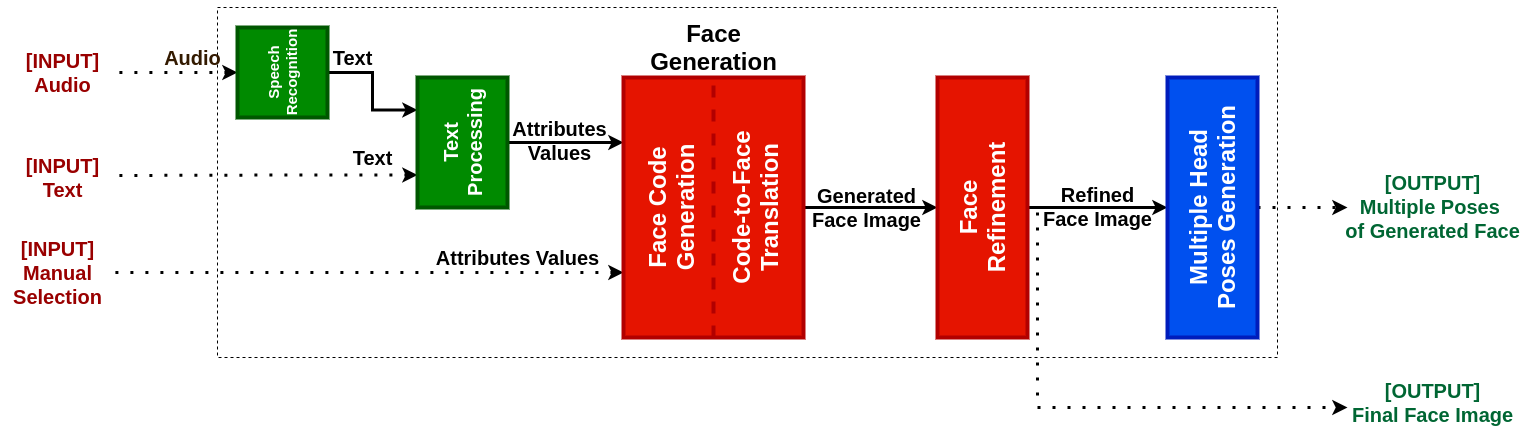
Earlier version of the draw.io export assets/system-design.png (DarkGeekMS/Retratista). Source tidied: cells renumbered, new cells last; positions are measured from the earlier drawing's top-left corner, leaving out a move shared by most shapes.
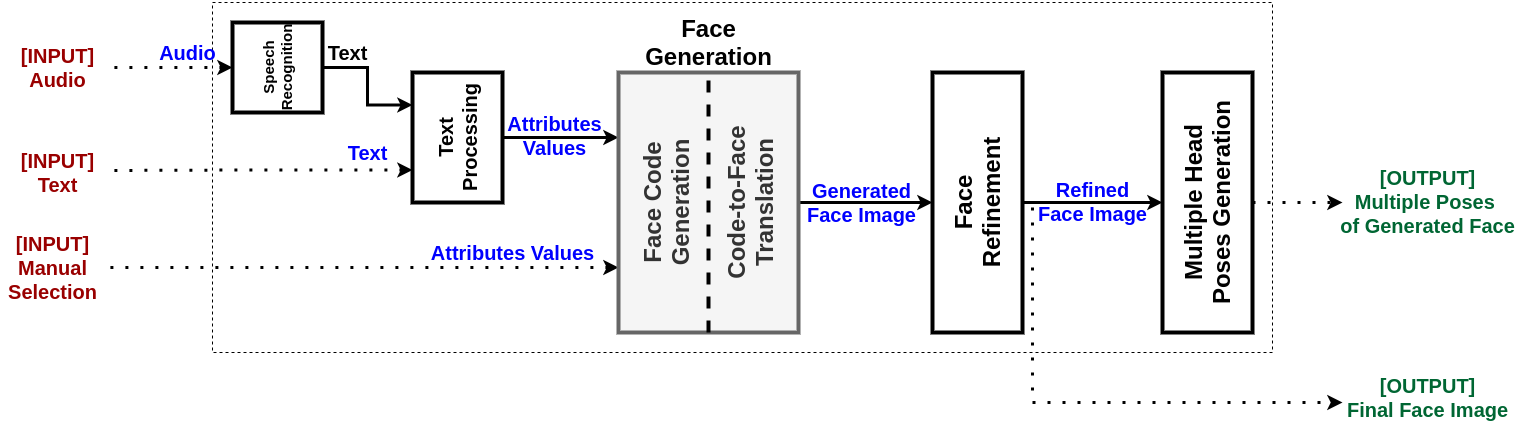
After the commit.

Diff of the diagram source:
```diff
@@ -13,7 +13,7 @@
         <mxPoint x="100" y="65" as="targetPoint" />
       </mxGeometry>
     </mxCell>
-    <mxCell id="5" value="&lt;font style=&quot;font-size: 15px;&quot;&gt;&lt;b style=&quot;font-size: 15px;&quot;&gt;Speech&lt;br style=&quot;font-size: 15px;&quot;&gt;Recognition&lt;/b&gt;&lt;/font&gt;" style="whiteSpace=wrap;html=1;strokeWidth=4;fillColor=#008a00;strokeColor=#005700;fontColor=#ffffff;horizontal=0;fontSize=15;" parent="1" vertex="1">
+    <mxCell id="5" value="&lt;font style=&quot;font-size: 15px;&quot;&gt;&lt;b style=&quot;font-size: 15px;&quot;&gt;Speech&lt;br style=&quot;font-size: 15px;&quot;&gt;Recognition&lt;/b&gt;&lt;/font&gt;" style="whiteSpace=wrap;html=1;strokeWidth=4;horizontal=0;fontSize=15;" parent="1" vertex="1">
       <mxGeometry x="230" y="20" width="90" height="90" as="geometry" />
     </mxCell>
     <mxCell id="6" style="edgeStyle=orthogonalEdgeStyle;rounded=0;jettySize=auto;html=1;exitX=1;exitY=0.5;exitDx=0;exitDy=0;entryX=0;entryY=0.25;entryDx=0;entryDy=0;strokeWidth=3;" parent="1" edge="1" source="8" target="29">
@@ -24,7 +24,7 @@
         <mxPoint x="100" y="168" as="targetPoint" />
       </mxGeometry>
     </mxCell>
-    <mxCell id="8" value="&lt;font style=&quot;font-size: 20px;&quot;&gt;&lt;b style=&quot;font-size: 20px;&quot;&gt;Text&lt;br style=&quot;font-size: 20px;&quot;&gt;Processing&lt;/b&gt;&lt;/font&gt;" style="rounded=0;whiteSpace=wrap;html=1;strokeWidth=4;fillColor=#008a00;strokeColor=#005700;fontColor=#ffffff;verticalAlign=middle;horizontal=0;fontSize=20;" parent="1" vertex="1">
+    <mxCell id="8" value="&lt;font style=&quot;font-size: 20px;&quot;&gt;&lt;b style=&quot;font-size: 20px;&quot;&gt;Text&lt;br style=&quot;font-size: 20px;&quot;&gt;Processing&lt;/b&gt;&lt;/font&gt;" style="rounded=0;whiteSpace=wrap;html=1;strokeWidth=4;verticalAlign=middle;horizontal=0;fontSize=20;" parent="1" vertex="1">
       <mxGeometry x="410" y="70" width="90" height="130" as="geometry" />
     </mxCell>
     <mxCell id="9" style="edgeStyle=orthogonalEdgeStyle;rounded=0;jettySize=auto;html=1;exitX=1;exitY=0.5;exitDx=0;exitDy=0;entryX=0;entryY=0.5;entryDx=0;entryDy=0;strokeWidth=3;" parent="1" edge="1" target="13">
@@ -49,7 +49,7 @@
         </Array>
       </mxGeometry>
     </mxCell>
-    <mxCell id="13" value="&lt;span style=&quot;font-size: 24px;&quot;&gt;&lt;b style=&quot;font-size: 24px;&quot;&gt;Face&lt;br style=&quot;font-size: 24px;&quot;&gt;Refinement&lt;br style=&quot;font-size: 24px;&quot;&gt;&lt;/b&gt;&lt;/span&gt;" style="rounded=0;whiteSpace=wrap;html=1;strokeWidth=4;fillColor=#e51400;strokeColor=#B20000;fontColor=#ffffff;fontSize=24;horizontal=0;" parent="1" vertex="1">
+    <mxCell id="13" value="&lt;span style=&quot;font-size: 24px;&quot;&gt;&lt;b style=&quot;font-size: 24px;&quot;&gt;Face&lt;br style=&quot;font-size: 24px;&quot;&gt;Refinement&lt;br style=&quot;font-size: 24px;&quot;&gt;&lt;/b&gt;&lt;/span&gt;" style="rounded=0;whiteSpace=wrap;html=1;strokeWidth=4;fontSize=24;horizontal=0;" parent="1" vertex="1">
       <mxGeometry x="930" y="70" width="90" height="260" as="geometry" />
     </mxCell>
     <mxCell id="14" style="edgeStyle=orthogonalEdgeStyle;rounded=0;jettySize=auto;html=1;exitX=1;exitY=0.5;exitDx=0;exitDy=0;dashed=1;dashPattern=1 4;startArrow=none;startFill=0;endArrow=classic;endFill=1;strokeColor=#000000;strokeWidth=3;" parent="1" edge="1" source="15">
@@ -57,7 +57,7 @@
         <mxPoint x="1340" y="200" as="targetPoint" />
       </mxGeometry>
     </mxCell>
-    <mxCell id="15" value="&lt;span style=&quot;font-size: 24px;&quot;&gt;&lt;b style=&quot;font-size: 24px;&quot;&gt;Multiple Head&lt;br style=&quot;font-size: 24px;&quot;&gt;Poses Generation&lt;br style=&quot;font-size: 24px;&quot;&gt;&lt;/b&gt;&lt;/span&gt;" style="rounded=0;whiteSpace=wrap;html=1;strokeWidth=4;fillColor=#0050ef;strokeColor=#001DBC;fontColor=#ffffff;horizontal=0;fontSize=24;" parent="1" vertex="1">
+    <mxCell id="15" value="&lt;span style=&quot;font-size: 24px;&quot;&gt;&lt;b style=&quot;font-size: 24px;&quot;&gt;Multiple Head&lt;br style=&quot;font-size: 24px;&quot;&gt;Poses Generation&lt;br style=&quot;font-size: 24px;&quot;&gt;&lt;/b&gt;&lt;/span&gt;" style="rounded=0;whiteSpace=wrap;html=1;strokeWidth=4;horizontal=0;fontSize=24;" parent="1" vertex="1">
       <mxGeometry x="1160" y="70" width="90" height="260" as="geometry" />
     </mxCell>
     <mxCell id="16" value="&lt;font color=&quot;#990000&quot; style=&quot;font-size: 20px&quot;&gt;&lt;b style=&quot;font-size: 20px&quot;&gt;[INPUT]&lt;br&gt;Audio&lt;/b&gt;&lt;/font&gt;" style="text;html=1;align=center;verticalAlign=middle;fontSize=20;" parent="1" vertex="1">
@@ -72,19 +72,19 @@
     <mxCell id="19" value="&lt;font style=&quot;font-size: 20px;&quot;&gt;&lt;b style=&quot;font-size: 20px;&quot;&gt;Text&lt;/b&gt;&lt;/font&gt;" style="text;html=1;align=center;verticalAlign=middle;fontSize=20;" parent="1" vertex="1">
       <mxGeometry x="315" y="35" width="60" height="30" as="geometry" />
     </mxCell>
-    <mxCell id="20" value="&lt;font style=&quot;font-size: 20px;&quot;&gt;&lt;b style=&quot;font-size: 20px;&quot;&gt;Text&lt;/b&gt;&lt;/font&gt;" style="text;html=1;align=center;verticalAlign=middle;fontSize=20;" parent="1" vertex="1">
+    <mxCell id="20" value="&lt;font style=&quot;font-size: 20px&quot; color=&quot;#0000ff&quot;&gt;&lt;b style=&quot;font-size: 20px&quot;&gt;Text&lt;/b&gt;&lt;/font&gt;" style="text;html=1;align=center;verticalAlign=middle;fontSize=20;" parent="1" vertex="1">
       <mxGeometry x="335" y="135" width="60" height="30" as="geometry" />
     </mxCell>
-    <mxCell id="21" value="&lt;font style=&quot;font-size: 20px;&quot;&gt;&lt;b style=&quot;font-size: 20px;&quot;&gt;Attributes&lt;br style=&quot;font-size: 20px;&quot;&gt;Values&lt;br style=&quot;font-size: 20px;&quot;&gt;&lt;/b&gt;&lt;/font&gt;" style="text;html=1;align=center;verticalAlign=middle;fontSize=20;" parent="1" vertex="1">
+    <mxCell id="21" value="&lt;font style=&quot;font-size: 20px&quot;&gt;&lt;b style=&quot;font-size: 20px&quot;&gt;&lt;font color=&quot;#0000ff&quot;&gt;Attributes&lt;br style=&quot;font-size: 20px&quot;&gt;Values&lt;/font&gt;&lt;br style=&quot;font-size: 20px&quot;&gt;&lt;/b&gt;&lt;/font&gt;" style="text;html=1;align=center;verticalAlign=middle;fontSize=20;" parent="1" vertex="1">
       <mxGeometry x="497" y="108" width="110" height="50" as="geometry" />
     </mxCell>
-    <mxCell id="22" value="&lt;font style=&quot;font-size: 20px;&quot;&gt;&lt;b style=&quot;font-size: 20px;&quot;&gt;Attributes Values&lt;br style=&quot;font-size: 20px;&quot;&gt;&lt;/b&gt;&lt;/font&gt;" style="text;html=1;align=center;verticalAlign=middle;fontSize=20;" parent="1" vertex="1">
+    <mxCell id="22" value="&lt;font style=&quot;font-size: 20px&quot;&gt;&lt;b style=&quot;font-size: 20px&quot;&gt;&lt;font color=&quot;#0000ff&quot;&gt;Attributes Values&lt;/font&gt;&lt;br style=&quot;font-size: 20px&quot;&gt;&lt;/b&gt;&lt;/font&gt;" style="text;html=1;align=center;verticalAlign=middle;fontSize=20;" parent="1" vertex="1">
       <mxGeometry x="420" y="235" width="180" height="30" as="geometry" />
     </mxCell>
-    <mxCell id="23" value="&lt;font style=&quot;font-size: 20px;&quot;&gt;&lt;b style=&quot;font-size: 20px;&quot;&gt;Generated&lt;br style=&quot;font-size: 20px;&quot;&gt;Face Image&lt;br style=&quot;font-size: 20px;&quot;&gt;&lt;/b&gt;&lt;/font&gt;" style="text;html=1;align=center;verticalAlign=middle;fontSize=20;" parent="1" vertex="1">
+    <mxCell id="23" value="&lt;font style=&quot;font-size: 20px&quot;&gt;&lt;b style=&quot;font-size: 20px&quot;&gt;&lt;font color=&quot;#0000ff&quot;&gt;Generated&lt;br style=&quot;font-size: 20px&quot;&gt;Face Image&lt;/font&gt;&lt;br style=&quot;font-size: 20px&quot;&gt;&lt;/b&gt;&lt;/font&gt;" style="text;html=1;align=center;verticalAlign=middle;fontSize=20;" parent="1" vertex="1">
       <mxGeometry x="799" y="175" width="120" height="50" as="geometry" />
     </mxCell>
-    <mxCell id="24" value="&lt;font style=&quot;font-size: 20px;&quot;&gt;&lt;b style=&quot;font-size: 20px;&quot;&gt;Refined&lt;br style=&quot;font-size: 20px;&quot;&gt;Face Image&lt;br style=&quot;font-size: 20px;&quot;&gt;&lt;/b&gt;&lt;/font&gt;" style="text;html=1;align=center;verticalAlign=middle;fontSize=20;" parent="1" vertex="1">
+    <mxCell id="24" value="&lt;font style=&quot;font-size: 20px&quot;&gt;&lt;b style=&quot;font-size: 20px&quot;&gt;&lt;font color=&quot;#0000ff&quot;&gt;Refined&lt;br style=&quot;font-size: 20px&quot;&gt;Face Image&lt;/font&gt;&lt;br style=&quot;font-size: 20px&quot;&gt;&lt;/b&gt;&lt;/font&gt;" style="text;html=1;align=center;verticalAlign=middle;fontSize=20;" parent="1" vertex="1">
       <mxGeometry x="1030" y="174" width="120" height="50" as="geometry" />
     </mxCell>
     <mxCell id="25" value="&lt;font color=&quot;#006633&quot; style=&quot;font-size: 20px;&quot;&gt;&lt;b style=&quot;font-size: 20px;&quot;&gt;[OUTPUT]&lt;br style=&quot;font-size: 20px;&quot;&gt;Multiple Poses &lt;br style=&quot;font-size: 20px;&quot;&gt;of Generated Face&lt;/b&gt;&lt;/font&gt;" style="text;html=1;align=center;verticalAlign=middle;fontSize=20;" parent="1" vertex="1">
@@ -93,19 +93,19 @@
     <mxCell id="26" value="&lt;font color=&quot;#006633&quot; style=&quot;font-size: 20px;&quot;&gt;&lt;b style=&quot;font-size: 20px;&quot;&gt;[OUTPUT]&lt;br style=&quot;font-size: 20px;&quot;&gt;Final Face Image&lt;br style=&quot;font-size: 20px;&quot;&gt;&lt;/b&gt;&lt;/font&gt;" style="text;html=1;align=center;verticalAlign=middle;fontSize=20;" parent="1" vertex="1">
       <mxGeometry x="1335" y="370" width="180" height="50" as="geometry" />
     </mxCell>
-    <mxCell id="27" value="&lt;font style=&quot;font-size: 20px;&quot;&gt;&lt;b style=&quot;font-size: 20px;&quot;&gt;Audio&lt;/b&gt;&lt;/font&gt;" style="text;html=1;align=center;verticalAlign=middle;fontSize=20;fontColor=#331A00;" parent="1" vertex="1">
+    <mxCell id="27" value="&lt;font style=&quot;font-size: 20px&quot; color=&quot;#0000ff&quot;&gt;&lt;b style=&quot;font-size: 20px&quot;&gt;Audio&lt;/b&gt;&lt;/font&gt;" style="text;html=1;align=center;verticalAlign=middle;fontSize=20;fontColor=#331A00;" parent="1" vertex="1">
       <mxGeometry x="150" y="35" width="70" height="30" as="geometry" />
     </mxCell>
     <mxCell id="28" value="&lt;font color=&quot;#ffffff&quot; size=&quot;1&quot;&gt;&lt;b style=&quot;font-size: 24px&quot;&gt;Face Generation&lt;/b&gt;&lt;/font&gt;" style="text;html=1;align=center;verticalAlign=middle;fontSize=20;fontColor=#331A00;" parent="1" vertex="1">
       <mxGeometry x="596" y="83" width="200" height="30" as="geometry" />
     </mxCell>
-    <mxCell id="29" value="&lt;span style=&quot;font-size: 24px&quot;&gt;&lt;b style=&quot;font-size: 24px&quot;&gt;Face Code&lt;br&gt;Generation&lt;br&gt;&lt;br&gt;Code-to-Face&lt;br&gt;Translation&lt;br style=&quot;font-size: 24px&quot;&gt;&lt;/b&gt;&lt;/span&gt;" style="rounded=0;whiteSpace=wrap;html=1;strokeWidth=4;fillColor=#e51400;strokeColor=#B20000;fontColor=#ffffff;fontSize=24;horizontal=0;align=center;" parent="1" vertex="1">
+    <mxCell id="29" value="&lt;span style=&quot;font-size: 24px&quot;&gt;&lt;b style=&quot;font-size: 24px&quot;&gt;Face Code&lt;br&gt;Generation&lt;br&gt;&lt;br&gt;Code-to-Face&lt;br&gt;Translation&lt;br style=&quot;font-size: 24px&quot;&gt;&lt;/b&gt;&lt;/span&gt;" style="rounded=0;whiteSpace=wrap;html=1;strokeWidth=4;fontSize=24;horizontal=0;align=center;fillColor=#f5f5f5;strokeColor=#666666;fontColor=#333333;" parent="1" vertex="1">
       <mxGeometry x="616" y="70" width="180" height="260" as="geometry" />
     </mxCell>
     <mxCell id="30" value="&lt;b&gt;&lt;font style=&quot;font-size: 24px&quot;&gt;Face&lt;br&gt;Generation&lt;/font&gt;&lt;/b&gt;" style="text;html=1;align=center;verticalAlign=middle;" parent="1" vertex="1">
       <mxGeometry x="636" y="20" width="140" height="40" as="geometry" />
     </mxCell>
-    <mxCell id="31" style="endArrow=none;dashed=1;html=1;strokeWidth=4;entryX=0.5;entryY=0;entryDx=0;entryDy=0;exitX=0.5;exitY=1;exitDx=0;exitDy=0;fillColor=#e51400;strokeColor=#B20000;" parent="1" edge="1" source="29" target="29">
+    <mxCell id="31" style="endArrow=none;dashed=1;html=1;strokeWidth=4;entryX=0.5;entryY=0;entryDx=0;entryDy=0;exitX=0.5;exitY=1;exitDx=0;exitDy=0;fillColor=#e51400;" parent="1" edge="1" source="29" target="29">
       <mxGeometry relative="1" as="geometry" />
     </mxCell>
   </root>
```
